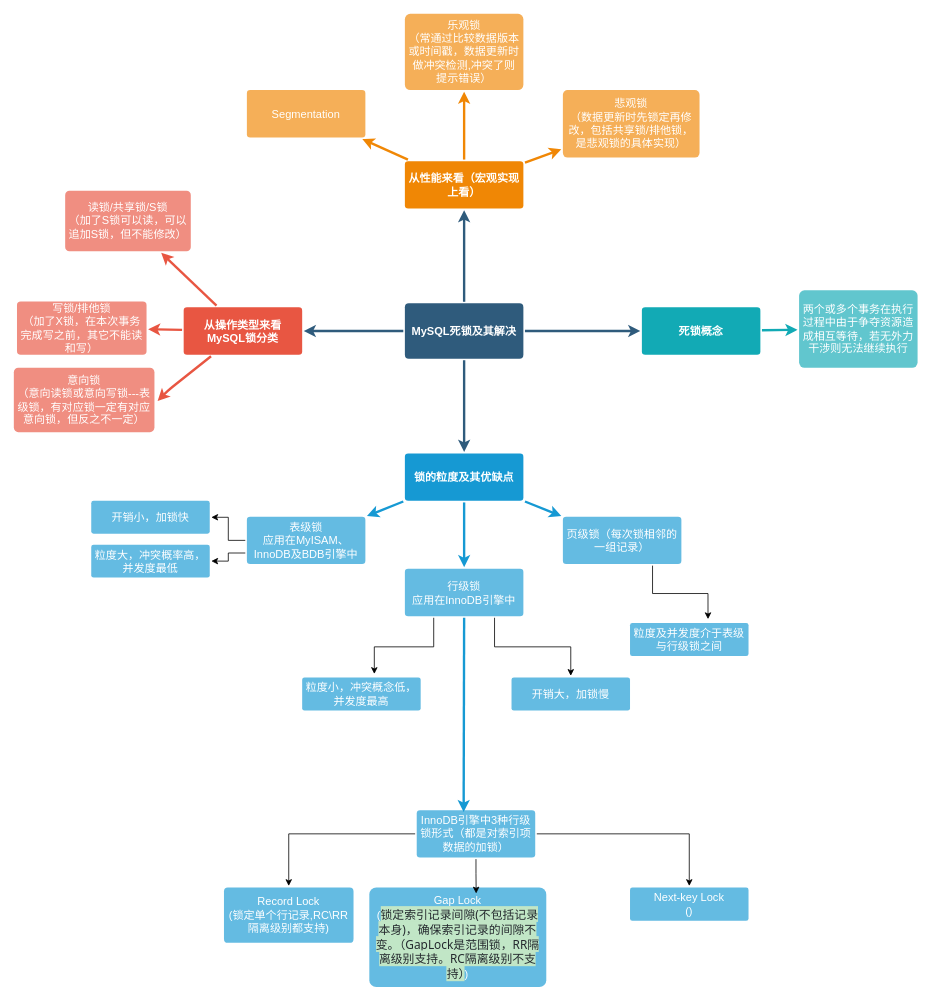
Before: MySQL死锁及其解决.drawio in HuaHero/OnLineFaq, a draw.io diagram. Source tidied: cells renumbered, new cells numbered last; positions are measured from the earlier drawing's top-left corner, leaving out a move shared by most shapes. Both pictures are drawn from the tidied source at 79%, with x=0, y=0 at pixel (13, 13).
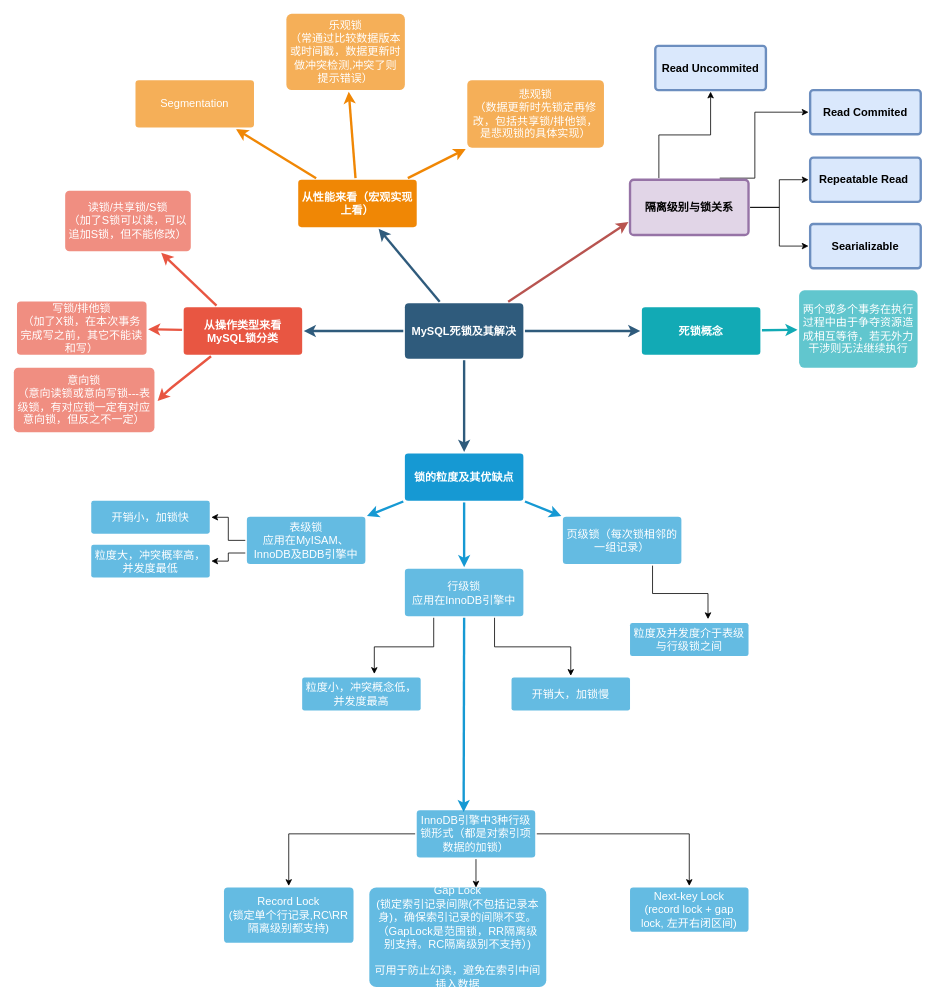
After the change.

Commit message (it also covers changes not shown here):
更新MySQL死锁及其解决.drawio

Unchanged cells that the change refers to:
```xml
<mxCell id="6" value="MySQL死锁及其解决" style="rounded=1;whiteSpace=wrap;html=1;shadow=0;labelBackgroundColor=none;strokeColor=none;strokeWidth=3;fillColor=#2F5B7C;fontFamily=Helvetica;fontSize=14;fontColor=#FFFFFF;align=center;fontStyle=1;spacing=5;arcSize=7;perimeterSpacing=2;" parent="1" vertex="1">
  <mxGeometry x="495" y="366.5" width="150" height="70" as="geometry" />
</mxCell>
<mxCell id="43" value="&lt;div&gt;InnoDB引擎中3种行级锁形式（都是对索引项数据的加锁）&lt;/div&gt;" style="rounded=1;whiteSpace=wrap;html=1;shadow=0;labelBackgroundColor=none;strokeColor=none;strokeWidth=3;fillColor=#64bbe2;fontFamily=Helvetica;fontSize=14;fontColor=#FFFFFF;align=center;spacing=5;arcSize=7;perimeterSpacing=2;" parent="1" vertex="1">
  <mxGeometry x="510" y="1008" width="150" height="60" as="geometry" />
</mxCell>
```

Change to the diagram source:
```diff
@@
     <mxCell id="22" value="从性能来看（宏观实现上看）" style="rounded=1;whiteSpace=wrap;html=1;shadow=0;labelBackgroundColor=none;strokeColor=none;strokeWidth=3;fillColor=#F08705;fontFamily=Helvetica;fontSize=14;fontColor=#FFFFFF;align=center;spacing=5;fontStyle=1;arcSize=7;perimeterSpacing=2;" parent="1" vertex="1">
-      <mxGeometry x="495" y="186.5" width="150" height="60" as="geometry" />
+      <mxGeometry x="360" y="210" width="150" height="60" as="geometry" />
     </mxCell>
     <mxCell id="23" value="悲观锁&lt;div&gt;（数据更新时先锁定再修改，包括共享锁/排他锁，是悲观锁的具体实现）&lt;/div&gt;" style="rounded=1;whiteSpace=wrap;html=1;shadow=0;labelBackgroundColor=none;strokeColor=none;strokeWidth=3;fillColor=#f5af58;fontFamily=Helvetica;fontSize=14;fontColor=#FFFFFF;align=center;spacing=5;arcSize=7;perimeterSpacing=2;" parent="1" vertex="1">
-      <mxGeometry x="695" y="96.5" width="173" height="85.5" as="geometry" />
+      <mxGeometry x="574" y="84" width="173" height="85.5" as="geometry" />
     </mxCell>
@@
     <mxCell id="25" value="乐观锁&lt;div&gt;（常通过比较数据版本或时间戳，数据更新时做冲突检测,冲突了则提示错误）&lt;/div&gt;" style="rounded=1;whiteSpace=wrap;html=1;shadow=0;labelBackgroundColor=none;strokeColor=none;strokeWidth=3;fillColor=#f5af58;fontFamily=Helvetica;fontSize=14;fontColor=#FFFFFF;align=center;spacing=5;arcSize=7;perimeterSpacing=2;" parent="1" vertex="1">
-      <mxGeometry x="495" width="150" height="96.5" as="geometry" />
+      <mxGeometry x="345" width="150" height="96.5" as="geometry" />
     </mxCell>
@@
     <mxCell id="27" value="Segmentation" style="rounded=1;whiteSpace=wrap;html=1;shadow=0;labelBackgroundColor=none;strokeColor=none;strokeWidth=3;fillColor=#f5af58;fontFamily=Helvetica;fontSize=14;fontColor=#FFFFFF;align=center;spacing=5;arcSize=7;perimeterSpacing=2;" parent="1" vertex="1">
-      <mxGeometry x="295" y="96.5" width="150" height="60" as="geometry" />
+      <mxGeometry x="154" y="84" width="150" height="60" as="geometry" />
     </mxCell>
@@
-    <mxCell id="46" value="Gap Lock&lt;div&gt;(&lt;span style=&quot;background-color: rgb(193, 230, 198); color: rgb(36, 41, 46); font-family: system-ui, -apple-system, BlinkMacSystemFont, &amp;quot;Segoe UI&amp;quot;, Helvetica, Arial, sans-serif, &amp;quot;Apple Color Emoji&amp;quot;, &amp;quot;Segoe UI Emoji&amp;quot;, &amp;quot;Segoe UI Symbol&amp;quot;; font-size: 15px; text-align: left; caret-color: rgb(36, 41, 46);&quot;&gt;锁定索引记录间隙(不包括记录本身)，确保索引记录的间隙不变。（GapLock是范围锁，RR隔离级别支持。RC隔离级别不支持）&lt;/span&gt;&lt;span style=&quot;background-color: initial;&quot;&gt;)&lt;/span&gt;&lt;/div&gt;" style="rounded=1;whiteSpace=wrap;html=1;shadow=0;labelBackgroundColor=none;strokeColor=none;strokeWidth=3;fillColor=#64bbe2;fontFamily=Helvetica;fontSize=14;fontColor=#FFFFFF;align=center;spacing=5;arcSize=7;perimeterSpacing=2;" parent="1" vertex="1">
+    <mxCell id="46" value="Gap Lock&lt;div&gt;(锁定索引记录间隙(不包括记录本身)，确保索引记录的间隙不变。（GapLock是范围锁，RR隔离级别支持。RC隔离级别不支持）&lt;span style=&quot;background-color: initial;&quot;&gt;)&lt;/span&gt;&lt;/div&gt;&lt;div&gt;&lt;span style=&quot;background-color: initial;&quot;&gt;&lt;br&gt;&lt;/span&gt;&lt;/div&gt;&lt;div&gt;可用于防止幻读，避免在索引中间插入数据&lt;/div&gt;" style="rounded=1;whiteSpace=wrap;html=1;shadow=0;labelBackgroundColor=none;strokeColor=none;strokeWidth=3;fillColor=#64bbe2;fontFamily=Helvetica;fontSize=14;fontColor=#FFFFFF;align=center;spacing=5;arcSize=7;perimeterSpacing=2;" parent="1" vertex="1">
       <mxGeometry x="450" y="1106" width="224" height="126" as="geometry" />
     </mxCell>
-    <mxCell id="47" value="Next-key Lock&lt;div&gt;()&lt;/div&gt;" style="rounded=1;whiteSpace=wrap;html=1;shadow=0;labelBackgroundColor=none;strokeColor=none;strokeWidth=3;fillColor=#64bbe2;fontFamily=Helvetica;fontSize=14;fontColor=#FFFFFF;align=center;spacing=5;arcSize=7;perimeterSpacing=2;" parent="1" vertex="1">
-      <mxGeometry x="780" y="1106" width="150" height="42" as="geometry" />
+    <mxCell id="47" value="Next-key Lock&lt;div&gt;(record lock + gap lock, 左开右闭区间)&lt;/div&gt;" style="rounded=1;whiteSpace=wrap;html=1;shadow=0;labelBackgroundColor=none;strokeColor=none;strokeWidth=3;fillColor=#64bbe2;fontFamily=Helvetica;fontSize=14;fontColor=#FFFFFF;align=center;spacing=5;arcSize=7;perimeterSpacing=2;" parent="1" vertex="1">
+      <mxGeometry x="780" y="1106" width="150" height="56" as="geometry" />
     </mxCell>
-    <mxCell id="48" style="edgeStyle=orthogonalEdgeStyle;rounded=0;jettySize=auto;html=1;exitX=0.5;exitY=1;exitDx=0;exitDy=0;entryX=0.602;entryY=0.073;entryDx=0;entryDy=0;entryPerimeter=0;" parent="1" edge="1" source="43" target="46">
-      <mxGeometry relative="1" as="geometry" />
+    <mxCell id="48" style="edgeStyle=orthogonalEdgeStyle;rounded=0;jettySize=auto;html=1;exitX=0.5;exitY=1;exitDx=0;exitDy=0;" parent="1" edge="1" source="43">
+      <mxGeometry relative="1" as="geometry">
+        <mxPoint x="585" y="1106" as="targetPoint" />
+      </mxGeometry>
     </mxCell>
+    <mxCell id="49" style="edgeStyle=orthogonalEdgeStyle;rounded=0;jettySize=auto;html=1;exitX=0.25;exitY=0;exitDx=0;exitDy=0;" parent="1" edge="1" source="53" target="55">
+      <mxGeometry relative="1" as="geometry" />
+    </mxCell>
+    <mxCell id="50" style="edgeStyle=orthogonalEdgeStyle;rounded=0;jettySize=auto;html=1;exitX=0.75;exitY=0;exitDx=0;exitDy=0;entryX=0;entryY=0.5;entryDx=0;entryDy=0;" parent="1" edge="1" source="53" target="56">
+      <mxGeometry relative="1" as="geometry">
+        <Array as="points">
+          <mxPoint x="938" y="208" />
+          <mxPoint x="938" y="125" />
+        </Array>
+      </mxGeometry>
+    </mxCell>
+    <mxCell id="51" style="edgeStyle=orthogonalEdgeStyle;rounded=0;jettySize=auto;html=1;exitX=1;exitY=0.5;exitDx=0;exitDy=0;entryX=0;entryY=0.5;entryDx=0;entryDy=0;" parent="1" edge="1" source="53" target="57">
+      <mxGeometry relative="1" as="geometry" />
+    </mxCell>
+    <mxCell id="52" style="edgeStyle=orthogonalEdgeStyle;rounded=0;jettySize=auto;html=1;exitX=1;exitY=0.5;exitDx=0;exitDy=0;entryX=0;entryY=0.5;entryDx=0;entryDy=0;" parent="1" edge="1" source="53" target="58">
+      <mxGeometry relative="1" as="geometry" />
+    </mxCell>
+    <mxCell id="53" value="隔离级别与锁关系" style="rounded=1;whiteSpace=wrap;html=1;shadow=0;labelBackgroundColor=none;strokeColor=#9673a6;strokeWidth=3;fillColor=#e1d5e7;fontFamily=Helvetica;fontSize=14;align=center;fontStyle=1;spacing=5;arcSize=7;perimeterSpacing=2;" parent="1" vertex="1">
+      <mxGeometry x="780" y="210" width="150" height="70" as="geometry" />
+    </mxCell>
+    <mxCell id="54" style="edgeStyle=none;rounded=0;jumpStyle=none;html=1;shadow=0;labelBackgroundColor=none;startArrow=none;startFill=0;endArrow=classic;endFill=1;jettySize=auto;strokeColor=#b85450;strokeWidth=3;fontFamily=Helvetica;fontSize=14;fontColor=#23445D;spacing=5;entryX=0;entryY=0.75;entryDx=0;entryDy=0;fillColor=#f8cecc;" parent="1" edge="1" source="6" target="53">
+      <mxGeometry relative="1" as="geometry" />
+    </mxCell>
+    <mxCell id="55" value="Read Uncommited" style="rounded=1;whiteSpace=wrap;html=1;shadow=0;labelBackgroundColor=none;strokeColor=#6c8ebf;strokeWidth=3;fillColor=#dae8fc;fontFamily=Helvetica;fontSize=14;align=center;fontStyle=1;spacing=5;arcSize=7;perimeterSpacing=2;" parent="1" vertex="1">
+      <mxGeometry x="812" y="40.5" width="140" height="56" as="geometry" />
+    </mxCell>
+    <mxCell id="56" value="Read Commited" style="rounded=1;whiteSpace=wrap;html=1;shadow=0;labelBackgroundColor=none;strokeColor=#6c8ebf;strokeWidth=3;fillColor=#dae8fc;fontFamily=Helvetica;fontSize=14;align=center;fontStyle=1;spacing=5;arcSize=7;perimeterSpacing=2;" parent="1" vertex="1">
+      <mxGeometry x="1008" y="96.5" width="140" height="56" as="geometry" />
+    </mxCell>
+    <mxCell id="57" value="Repeatable Read&amp;nbsp;" style="rounded=1;whiteSpace=wrap;html=1;shadow=0;labelBackgroundColor=none;strokeColor=#6c8ebf;strokeWidth=3;fillColor=#dae8fc;fontFamily=Helvetica;fontSize=14;align=center;fontStyle=1;spacing=5;arcSize=7;perimeterSpacing=2;" parent="1" vertex="1">
+      <mxGeometry x="1008" y="182" width="140" height="56" as="geometry" />
+    </mxCell>
+    <mxCell id="58" value="Searializable" style="rounded=1;whiteSpace=wrap;html=1;shadow=0;labelBackgroundColor=none;strokeColor=#6c8ebf;strokeWidth=3;fillColor=#dae8fc;fontFamily=Helvetica;fontSize=14;align=center;fontStyle=1;spacing=5;arcSize=7;perimeterSpacing=2;" parent="1" vertex="1">
+      <mxGeometry x="1008" y="266" width="140" height="56" as="geometry" />
+    </mxCell>
```
